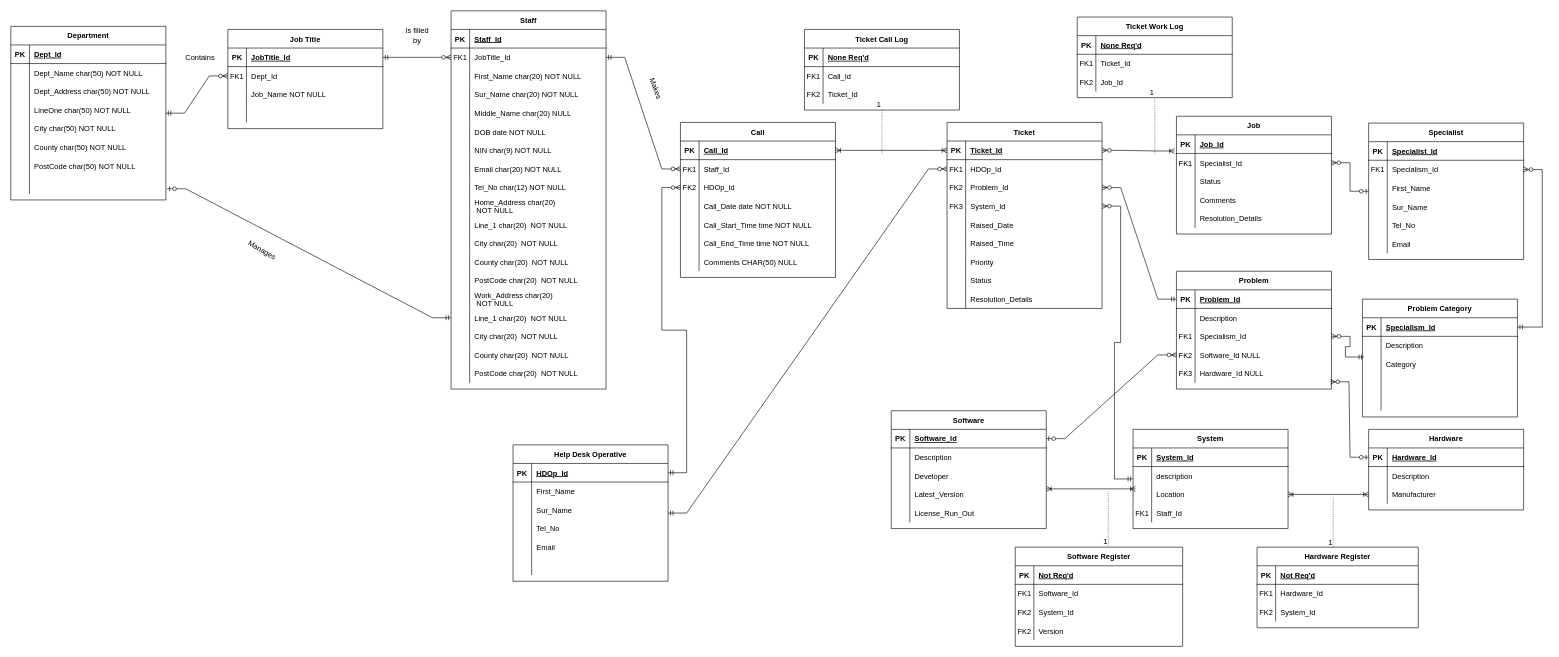
Earlier version of the draw.io diagram Assets/Untitled Diagram.drawio (olliej111/RTS-Unit-Control). Source tidied: cells renumbered, new cells numbered last; positions are measured from the earlier drawing's top-left corner, leaving out a move shared by most shapes. Both pictures are drawn from the tidied source at 62%, with x=0, y=0 at pixel (11, 11).
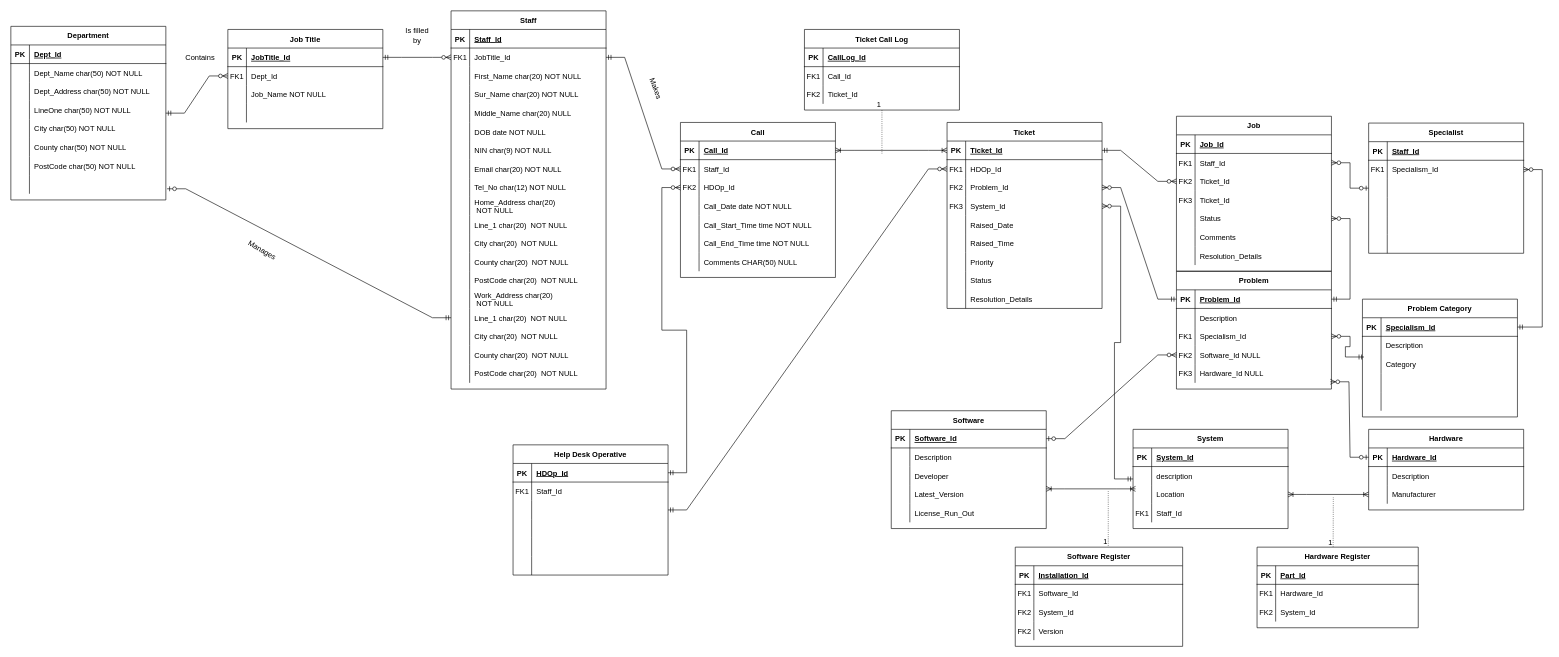
After the change.

The change refers to these unchanged cells:
```xml
<mxCell id="124" style="shape=partialRectangle;fillColor=none;top=0;left=0;right=0;bottom=0;" parent="120" vertex="1">
  <mxGeometry y="60" width="250" height="30" as="geometry" />
</mxCell>
<mxCell id="127" style="shape=partialRectangle;fillColor=none;top=0;left=0;right=0;bottom=0;" parent="120" vertex="1">
  <mxGeometry y="90" width="250" height="30" as="geometry" />
</mxCell>
<mxCell id="130" style="shape=partialRectangle;fillColor=none;top=0;left=0;right=0;bottom=0;" parent="120" vertex="1">
  <mxGeometry y="120" width="250" height="30" as="geometry" />
</mxCell>
<mxCell id="133" style="shape=partialRectangle;fillColor=none;top=0;left=0;right=0;bottom=0;" parent="120" vertex="1">
  <mxGeometry y="150" width="250" height="30" as="geometry" />
</mxCell>
<mxCell id="140" style="shape=partialRectangle;fillColor=none;top=0;left=0;right=0;bottom=1;" parent="139" vertex="1">
  <mxGeometry y="30" width="250" height="30" as="geometry" />
</mxCell>
<mxCell id="150" style="shape=partialRectangle;fillColor=none;points=[[0,0.5],[1,0.5]];portConstraint=eastwest;top=0;left=0;right=0;bottom=1;" parent="149" vertex="1">
  <mxGeometry y="30" width="250" height="30" as="geometry" />
</mxCell>
<mxCell id="188" style="shape=partialRectangle;fillColor=none;points=[[0,0.5],[1,0.5]];portConstraint=eastwest;top=0;left=0;right=0;bottom=1;" parent="187" vertex="1">
  <mxGeometry y="30" width="250" height="30" as="geometry" />
</mxCell>
<mxCell id="233" style="shape=partialRectangle;fillColor=none;top=0;left=0;right=0;bottom=1;" parent="232" vertex="1">
  <mxGeometry y="30" width="270" height="30" as="geometry" />
</mxCell>
<mxCell id="246" style="shape=partialRectangle;fillColor=none;top=0;left=0;right=0;bottom=1;" parent="245" vertex="1">
  <mxGeometry y="30" width="260" height="30" as="geometry" />
</mxCell>
<mxCell id="266" style="shape=partialRectangle;fillColor=none;points=[[0,0.5],[1,0.5]];portConstraint=eastwest;top=0;left=0;right=0;bottom=1;" parent="265" vertex="1">
  <mxGeometry y="30" width="250" height="30" as="geometry" />
</mxCell>
<mxCell id="269" style="shape=partialRectangle;fillColor=none;points=[[0,0.5],[1,0.5]];portConstraint=eastwest;top=0;left=0;right=0;bottom=0;" parent="265" vertex="1">
  <mxGeometry y="60" width="250" height="30" as="geometry" />
</mxCell>
<mxCell id="282" style="shape=partialRectangle;fillColor=none;top=0;left=0;right=0;bottom=1;" parent="281" vertex="1">
  <mxGeometry y="30" width="250" height="30" as="geometry" />
</mxCell>
<mxCell id="288" style="shape=partialRectangle;fillColor=none;top=0;left=0;right=0;bottom=0;" parent="281" vertex="1">
  <mxGeometry y="90" width="250" height="30" as="geometry" />
</mxCell>
<mxCell id="291" style="shape=partialRectangle;fillColor=none;top=0;left=0;right=0;bottom=0;" parent="281" vertex="1">
  <mxGeometry y="120" width="250" height="30" as="geometry" />
</mxCell>
<mxCell id="294" style="shape=partialRectangle;fillColor=none;top=0;left=0;right=0;bottom=0;" parent="281" vertex="1">
  <mxGeometry y="150" width="250" height="30" as="geometry" />
</mxCell>
<mxCell id="297" style="shape=partialRectangle;fillColor=none;top=0;left=0;right=0;bottom=0;" parent="281" vertex="1">
  <mxGeometry y="180" width="250" height="30" as="geometry" />
</mxCell>
```

Diff of the diagram source:
```diff
@@
     <mxCell id="120" value="Help Desk Operative" style="shape=table;startSize=30;childLayout=tableLayout;rowLines=0;fontStyle=1;align=center;" parent="1" vertex="1">
-      <mxGeometry x="810" y="700" width="250" height="220" as="geometry" />
+      <mxGeometry x="810" y="700" width="250" height="210" as="geometry" />
     </mxCell>
@@
-    <mxCell id="125" style="shape=partialRectangle;overflow=hidden;fillColor=none;top=0;left=0;bottom=0;right=0;" parent="124" vertex="1">
+    <mxCell id="125" value="FK1" style="shape=partialRectangle;overflow=hidden;fillColor=none;top=0;left=0;bottom=0;right=0;" parent="124" vertex="1">
       <mxGeometry width="30" height="30" as="geometry" />
     </mxCell>
-    <mxCell id="126" value="First_Name" style="shape=partialRectangle;overflow=hidden;fillColor=none;top=0;left=0;bottom=0;right=0;align=left;spacingLeft=6;" parent="124" vertex="1">
+    <mxCell id="126" value="Staff_Id" style="shape=partialRectangle;overflow=hidden;fillColor=none;top=0;left=0;bottom=0;right=0;align=left;spacingLeft=6;" parent="124" vertex="1">
       <mxGeometry x="30" width="220" height="30" as="geometry" />
     </mxCell>
@@
-    <mxCell id="129" value="Sur_Name" style="shape=partialRectangle;overflow=hidden;fillColor=none;top=0;left=0;bottom=0;right=0;align=left;spacingLeft=6;" parent="127" vertex="1">
+    <mxCell id="129" style="shape=partialRectangle;overflow=hidden;fillColor=none;top=0;left=0;bottom=0;right=0;align=left;spacingLeft=6;" parent="127" vertex="1">
       <mxGeometry x="30" width="220" height="30" as="geometry" />
     </mxCell>
@@
-    <mxCell id="132" value="Tel_No" style="shape=partialRectangle;overflow=hidden;fillColor=none;top=0;left=0;bottom=0;right=0;align=left;spacingLeft=6;" parent="130" vertex="1">
+    <mxCell id="132" style="shape=partialRectangle;overflow=hidden;fillColor=none;top=0;left=0;bottom=0;right=0;align=left;spacingLeft=6;" parent="130" vertex="1">
       <mxGeometry x="30" width="220" height="30" as="geometry" />
     </mxCell>
@@
-    <mxCell id="135" value="Email" style="shape=partialRectangle;overflow=hidden;fillColor=none;top=0;left=0;bottom=0;right=0;align=left;spacingLeft=6;" parent="133" vertex="1">
+    <mxCell id="135" style="shape=partialRectangle;overflow=hidden;fillColor=none;top=0;left=0;bottom=0;right=0;align=left;spacingLeft=6;" parent="133" vertex="1">
       <mxGeometry x="30" width="220" height="30" as="geometry" />
     </mxCell>
@@
-    <mxCell id="142" value="None Req'd" style="shape=partialRectangle;overflow=hidden;fillColor=none;top=0;left=0;bottom=0;right=0;align=left;spacingLeft=6;fontStyle=5;" parent="140" vertex="1">
+    <mxCell id="142" value="CallLog_Id" style="shape=partialRectangle;overflow=hidden;fillColor=none;top=0;left=0;bottom=0;right=0;align=left;spacingLeft=6;fontStyle=5;" parent="140" vertex="1">
       <mxGeometry x="30" width="220" height="30" as="geometry" />
     </mxCell>
@@
-    <mxCell id="177" value="Ticket Work Log" style="shape=table;startSize=30;childLayout=tableLayout;rowLines=0;fontStyle=1;align=center;" parent="1" vertex="1">
-      <mxGeometry x="1720" y="10" width="250" height="130" as="geometry" />
-    </mxCell>
-    <mxCell id="178" style="shape=partialRectangle;fillColor=none;top=0;left=0;right=0;bottom=1;" parent="177" vertex="1">
-      <mxGeometry y="30" width="250" height="30" as="geometry" />
-    </mxCell>
-    <mxCell id="179" value="PK" style="shape=partialRectangle;overflow=hidden;fillColor=none;top=0;left=0;bottom=0;right=0;fontStyle=1;" parent="178" vertex="1">
-      <mxGeometry width="30" height="30" as="geometry" />
-    </mxCell>
-    <mxCell id="180" value="None Req'd" style="shape=partialRectangle;overflow=hidden;fillColor=none;top=0;left=0;bottom=0;right=0;align=left;spacingLeft=6;fontStyle=5;" parent="178" vertex="1">
-      <mxGeometry x="30" width="220" height="30" as="geometry" />
-    </mxCell>
-    <mxCell id="181" style="shape=partialRectangle;fillColor=none;top=0;left=0;right=0;bottom=0;" parent="177" vertex="1">
-      <mxGeometry y="60" width="250" height="30" as="geometry" />
-    </mxCell>
-    <mxCell id="182" value="FK1" style="shape=partialRectangle;overflow=hidden;fillColor=none;top=0;left=0;bottom=0;right=0;" parent="181" vertex="1">
-      <mxGeometry width="30" height="30" as="geometry" />
-    </mxCell>
-    <mxCell id="183" value="Ticket_Id" style="shape=partialRectangle;overflow=hidden;fillColor=none;top=0;left=0;bottom=0;right=0;align=left;spacingLeft=6;" parent="181" vertex="1">
-      <mxGeometry x="30" width="220" height="30" as="geometry" />
-    </mxCell>
-    <mxCell id="184" style="shape=partialRectangle;fillColor=none;points=[[0,0.5],[1,0.5]];portConstraint=eastwest;top=0;left=0;right=0;bottom=0;" parent="177" vertex="1">
-      <mxGeometry y="90" width="250" height="30" as="geometry" />
-    </mxCell>
-    <mxCell id="185" value="FK2" style="shape=partialRectangle;overflow=hidden;fillColor=none;top=0;left=0;bottom=0;right=0;" parent="184" vertex="1">
-      <mxGeometry width="30" height="30" as="geometry" />
-    </mxCell>
-    <mxCell id="186" value="Job_Id" style="shape=partialRectangle;overflow=hidden;fillColor=none;top=0;left=0;bottom=0;right=0;align=left;spacingLeft=6;" parent="184" vertex="1">
-      <mxGeometry x="30" width="220" height="30" as="geometry" />
-    </mxCell>
@@
-    <mxCell id="235" value="Not Req'd" style="shape=partialRectangle;overflow=hidden;fillColor=none;top=0;left=0;bottom=0;right=0;align=left;spacingLeft=6;fontStyle=5;" parent="233" vertex="1">
+    <mxCell id="235" value="Installation_Id" style="shape=partialRectangle;overflow=hidden;fillColor=none;top=0;left=0;bottom=0;right=0;align=left;spacingLeft=6;fontStyle=5;" parent="233" vertex="1">
       <mxGeometry x="30" width="240" height="30" as="geometry" />
     </mxCell>
@@
-    <mxCell id="248" value="Not Req'd" style="shape=partialRectangle;overflow=hidden;fillColor=none;top=0;left=0;bottom=0;right=0;align=left;spacingLeft=6;fontStyle=5;" parent="246" vertex="1">
+    <mxCell id="248" value="Part_Id" style="shape=partialRectangle;overflow=hidden;fillColor=none;top=0;left=0;bottom=0;right=0;align=left;spacingLeft=6;fontStyle=5;" parent="246" vertex="1">
       <mxGeometry x="30" width="230" height="30" as="geometry" />
     </mxCell>
@@
     <mxCell id="265" value="Job" style="shape=table;startSize=30;childLayout=tableLayout;rowLines=0;fontStyle=1;align=center;" parent="1" vertex="1">
-      <mxGeometry x="1880" y="170" width="250" height="190" as="geometry" />
+      <mxGeometry x="1880" y="170" width="250" height="250" as="geometry" />
     </mxCell>
@@
-    <mxCell id="271" value="Specialist_Id" style="shape=partialRectangle;overflow=hidden;fillColor=none;top=0;left=0;bottom=0;right=0;align=left;spacingLeft=6;" parent="269" vertex="1">
+    <mxCell id="271" value="Staff_Id" style="shape=partialRectangle;overflow=hidden;fillColor=none;top=0;left=0;bottom=0;right=0;align=left;spacingLeft=6;" parent="269" vertex="1">
       <mxGeometry x="30" width="220" height="30" as="geometry" />
     </mxCell>
+    <mxCell id="184" style="shape=partialRectangle;fillColor=none;points=[[0,0.5],[1,0.5]];portConstraint=eastwest;top=0;left=0;right=0;bottom=0;" parent="265" vertex="1">
+      <mxGeometry y="90" width="250" height="30" as="geometry" />
+    </mxCell>
+    <mxCell id="185" value="FK2" style="shape=partialRectangle;overflow=hidden;fillColor=none;top=0;left=0;bottom=0;right=0;" parent="184" vertex="1">
+      <mxGeometry width="30" height="30" as="geometry" />
+    </mxCell>
+    <mxCell id="345" value="Ticket_Id" style="shape=partialRectangle;overflow=hidden;fillColor=none;top=0;left=0;bottom=0;right=0;align=left;spacingLeft=6;" parent="184" vertex="1">
+      <mxGeometry x="30" width="220" height="30" as="geometry" />
+    </mxCell>
+    <mxCell id="346" style="shape=partialRectangle;fillColor=none;top=0;left=0;right=0;bottom=0;" parent="265" vertex="1">
+      <mxGeometry y="120" width="250" height="30" as="geometry" />
+    </mxCell>
+    <mxCell id="347" value="FK3" style="shape=partialRectangle;overflow=hidden;fillColor=none;top=0;left=0;bottom=0;right=0;" parent="346" vertex="1">
+      <mxGeometry width="30" height="30" as="geometry" />
+    </mxCell>
+    <mxCell id="348" value="Ticket_Id" style="shape=partialRectangle;overflow=hidden;fillColor=none;top=0;left=0;bottom=0;right=0;align=left;spacingLeft=6;" parent="346" vertex="1">
+      <mxGeometry x="30" width="220" height="30" as="geometry" />
+    </mxCell>
     <mxCell id="272" style="shape=partialRectangle;fillColor=none;points=[[0,0.5],[1,0.5]];portConstraint=eastwest;top=0;left=0;right=0;bottom=0;" parent="265" vertex="1">
-      <mxGeometry y="90" width="250" height="30" as="geometry" />
+      <mxGeometry y="150" width="250" height="30" as="geometry" />
     </mxCell>
@@
     <mxCell id="275" style="shape=partialRectangle;fillColor=none;top=0;left=0;right=0;bottom=0;" parent="265" vertex="1">
-      <mxGeometry y="120" width="250" height="30" as="geometry" />
+      <mxGeometry y="180" width="250" height="30" as="geometry" />
     </mxCell>
@@
     <mxCell id="278" style="shape=partialRectangle;fillColor=none;top=0;left=0;right=0;bottom=0;" parent="265" vertex="1">
-      <mxGeometry y="150" width="250" height="30" as="geometry" />
+      <mxGeometry y="210" width="250" height="30" as="geometry" />
     </mxCell>
@@
     <mxCell id="281" value="Specialist" style="shape=table;startSize=30;childLayout=tableLayout;rowLines=0;fontStyle=1;align=center;" parent="1" vertex="1">
-      <mxGeometry x="2190" y="181" width="250" height="220" as="geometry" />
+      <mxGeometry x="2190" y="181" width="250" height="210" as="geometry" />
     </mxCell>
@@
-    <mxCell id="284" value="Specialist_Id" style="shape=partialRectangle;overflow=hidden;fillColor=none;top=0;left=0;bottom=0;right=0;align=left;spacingLeft=6;fontStyle=5;" parent="282" vertex="1">
+    <mxCell id="284" value="Staff_Id" style="shape=partialRectangle;overflow=hidden;fillColor=none;top=0;left=0;bottom=0;right=0;align=left;spacingLeft=6;fontStyle=5;" parent="282" vertex="1">
       <mxGeometry x="30" width="220" height="30" as="geometry" />
     </mxCell>
@@
-    <mxCell id="290" value="First_Name" style="shape=partialRectangle;overflow=hidden;fillColor=none;top=0;left=0;bottom=0;right=0;align=left;spacingLeft=6;" parent="288" vertex="1">
+    <mxCell id="290" style="shape=partialRectangle;overflow=hidden;fillColor=none;top=0;left=0;bottom=0;right=0;align=left;spacingLeft=6;" parent="288" vertex="1">
       <mxGeometry x="30" width="220" height="30" as="geometry" />
     </mxCell>
@@
-    <mxCell id="293" value="Sur_Name" style="shape=partialRectangle;overflow=hidden;fillColor=none;top=0;left=0;bottom=0;right=0;align=left;spacingLeft=6;" parent="291" vertex="1">
+    <mxCell id="293" style="shape=partialRectangle;overflow=hidden;fillColor=none;top=0;left=0;bottom=0;right=0;align=left;spacingLeft=6;" parent="291" vertex="1">
       <mxGeometry x="30" width="220" height="30" as="geometry" />
     </mxCell>
@@
-    <mxCell id="296" value="Tel_No" style="shape=partialRectangle;overflow=hidden;fillColor=none;top=0;left=0;bottom=0;right=0;align=left;spacingLeft=6;" parent="294" vertex="1">
+    <mxCell id="296" style="shape=partialRectangle;overflow=hidden;fillColor=none;top=0;left=0;bottom=0;right=0;align=left;spacingLeft=6;" parent="294" vertex="1">
       <mxGeometry x="30" width="220" height="30" as="geometry" />
     </mxCell>
@@
-    <mxCell id="299" value="Email" style="shape=partialRectangle;overflow=hidden;fillColor=none;top=0;left=0;bottom=0;right=0;align=left;spacingLeft=6;" parent="297" vertex="1">
+    <mxCell id="299" style="shape=partialRectangle;overflow=hidden;fillColor=none;top=0;left=0;bottom=0;right=0;align=left;spacingLeft=6;" parent="297" vertex="1">
       <mxGeometry x="30" width="220" height="30" as="geometry" />
     </mxCell>
@@
-    <mxCell id="312" style="endArrow=none;html=1;rounded=0;dashed=1;dashPattern=1 2;entryX=0.5;entryY=1;entryDx=0;entryDy=0;" parent="1" edge="1" target="177">
-      <mxGeometry relative="1" as="geometry">
-        <mxPoint x="1845" y="230" as="sourcePoint" />
-      </mxGeometry>
-    </mxCell>
-    <mxCell id="313" value="1" style="html=1;whiteSpace=wrap;align=right;verticalAlign=bottom;" parent="312" vertex="1">
-      <mxGeometry x="1" relative="1" as="geometry" />
-    </mxCell>
-    <mxCell id="314" style="edgeStyle=entityRelationEdgeStyle;fontSize=12;html=1;endArrow=ERoneToMany;startArrow=ERzeroToMany;rounded=0;exitX=1;exitY=0.5;exitDx=0;exitDy=0;entryX=-0.012;entryY=0.867;entryDx=0;entryDy=0;entryPerimeter=0;" parent="1" edge="1" source="150" target="266">
-      <mxGeometry relative="1" as="geometry" />
-    </mxCell>
@@
+    <mxCell id="349" style="edgeStyle=entityRelationEdgeStyle;fontSize=12;html=1;endArrow=ERzeroToMany;startArrow=ERmandOne;rounded=0;exitX=1;exitY=0.5;exitDx=0;exitDy=0;entryX=0;entryY=0.5;entryDx=0;entryDy=0;" parent="1" edge="1" source="150" target="184">
+      <mxGeometry relative="1" as="geometry" />
+    </mxCell>
+    <mxCell id="350" style="edgeStyle=entityRelationEdgeStyle;fontSize=12;html=1;endArrow=ERzeroToMany;startArrow=ERmandOne;rounded=0;entryX=1;entryY=0.5;entryDx=0;entryDy=0;exitX=1;exitY=0.5;exitDx=0;exitDy=0;" parent="1" edge="1" source="188" target="272">
+      <mxGeometry relative="1" as="geometry" />
+    </mxCell>
```
